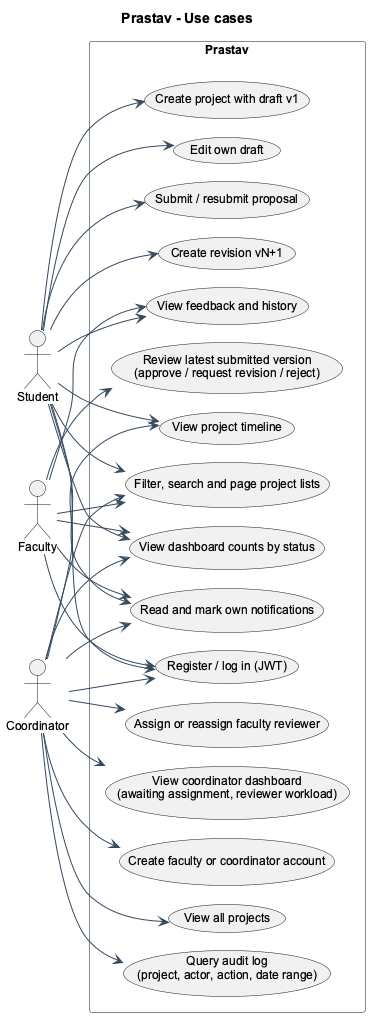
The PlantUML diagram docs/uml/png/01_use_case.png in udita-0707/Prastaav, before a commit.
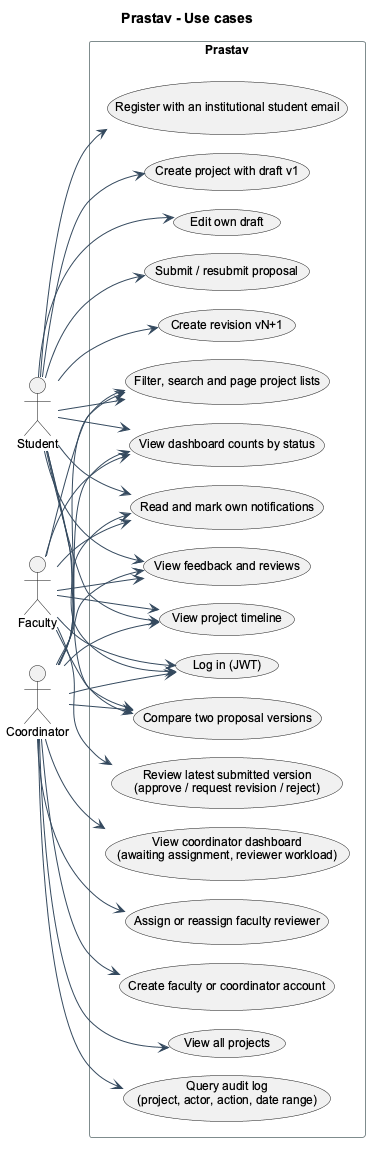
After the commit.

Commit message:
docs(uml): render the use case, ER and architecture diagrams

Change to the diagram source:
```diff
@@ -8,23 +8,24 @@
 actor Coordinator
 
 rectangle "Prastav" {
-  usecase "Register / log in (JWT)" as UC1
-  usecase "Create project with draft v1" as UC2
-  usecase "Edit own draft" as UC3
-  usecase "Submit / resubmit proposal" as UC4
-  usecase "View feedback and history" as UC5
+  usecase "Log in (JWT)" as UC1
+  usecase "Register with an institutional student email" as UC2
+  usecase "Create project with draft v1" as UC3
+  usecase "Edit own draft" as UC4
+  usecase "Submit / resubmit proposal" as UC5
   usecase "Create revision vN+1" as UC6
-  usecase "Assign or reassign faculty reviewer" as UC7
-  usecase "Review latest submitted version\n(approve / request revision / reject)" as UC8
-  usecase "View project timeline" as UC9
-  usecase "View all projects" as UC10
-
-  usecase "Filter, search and page project lists" as UC11
-  usecase "View dashboard counts by status" as UC12
-  usecase "Create faculty or coordinator account" as UC13
-  usecase "Read and mark own notifications" as UC14
-  usecase "View coordinator dashboard\n(awaiting assignment, reviewer workload)" as UC15
-  usecase "Query audit log\n(project, actor, action, date range)" as UC16
+  usecase "View feedback and reviews" as UC7
+  usecase "View project timeline" as UC8
+  usecase "Compare two proposal versions" as UC9
+  usecase "Assign or reassign faculty reviewer" as UC10
+  usecase "Review latest submitted version\n(approve / request revision / reject)" as UC11
+  usecase "View all projects" as UC12
+  usecase "Filter, search and page project lists" as UC13
+  usecase "View dashboard counts by status" as UC14
+  usecase "Create faculty or coordinator account" as UC15
+  usecase "Read and mark own notifications" as UC16
+  usecase "View coordinator dashboard\n(awaiting assignment, reviewer workload)" as UC17
+  usecase "Query audit log\n(project, actor, action, date range)" as UC18
 }
 
 Student --> UC1
@@ -33,25 +34,30 @@
 Student --> UC4
 Student --> UC5
 Student --> UC6
+Student --> UC7
+Student --> UC8
 Student --> UC9
+Student --> UC13
+Student --> UC14
+Student --> UC16
 Faculty --> UC1
+Faculty --> UC7
 Faculty --> UC8
-Faculty --> UC5
+Faculty --> UC9
+Faculty --> UC11
+Faculty --> UC13
+Faculty --> UC14
+Faculty --> UC16
 Coordinator --> UC1
 Coordinator --> UC7
+Coordinator --> UC8
+Coordinator --> UC9
 Coordinator --> UC10
-Coordinator --> UC9
-
-Student --> UC11
-Faculty --> UC11
-Coordinator --> UC11
-Student --> UC12
-Faculty --> UC12
 Coordinator --> UC12
 Coordinator --> UC13
-Student --> UC14
-Faculty --> UC14
 Coordinator --> UC14
 Coordinator --> UC15
 Coordinator --> UC16
+Coordinator --> UC17
+Coordinator --> UC18
 @enduml
```
